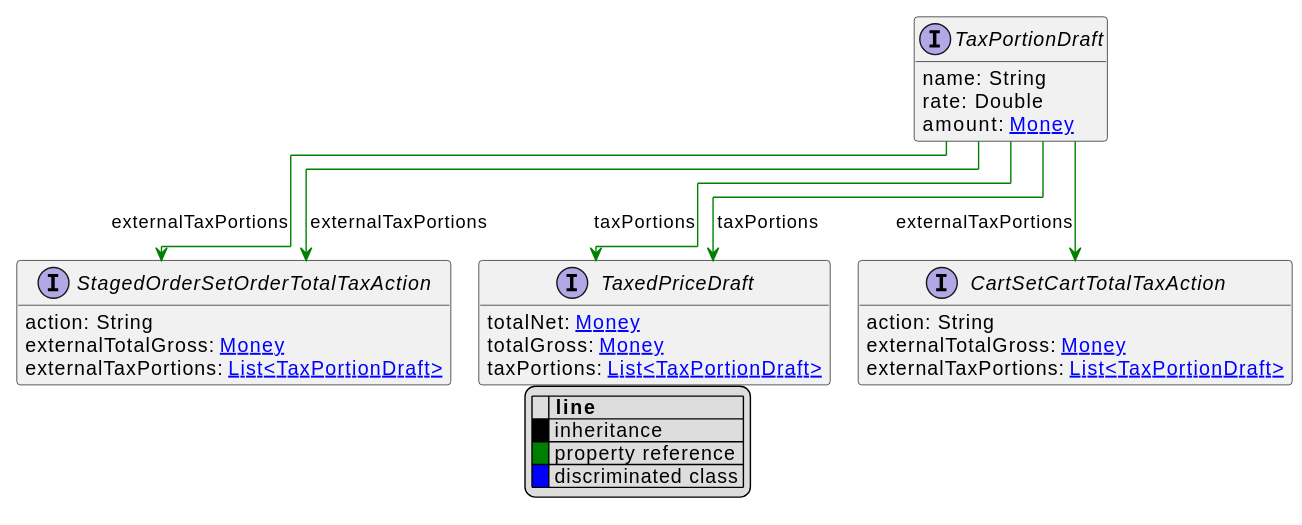
The PlantUML diagram uml/api/svg/TaxPortionDraft.svg in commercetools/commercetools-api-reference, before a commit.
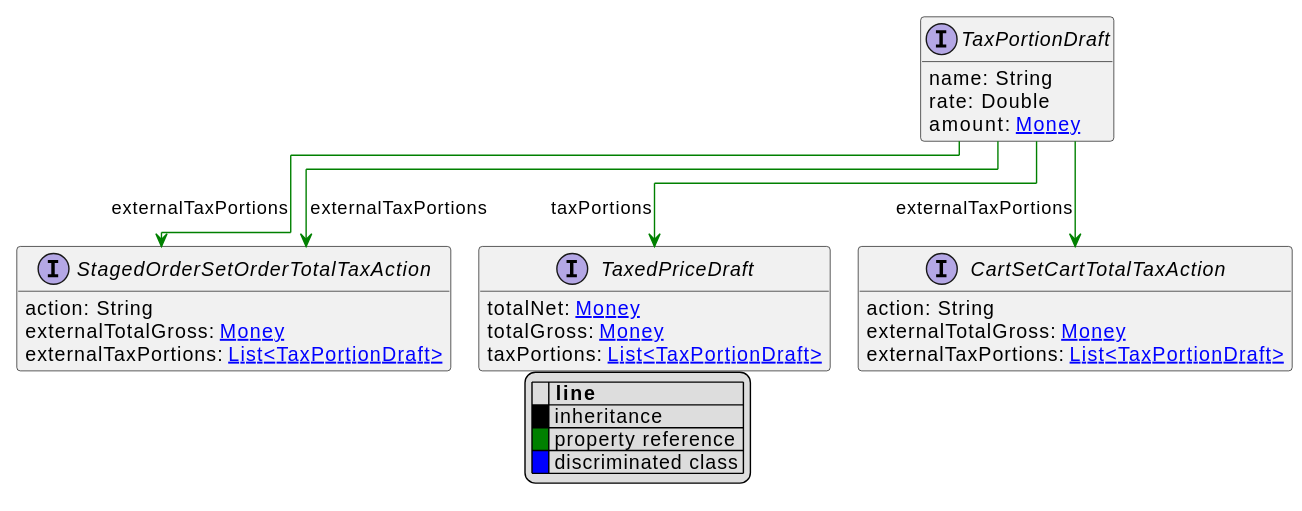
Above is the later version.

The edit, as a diff of the source:
```diff
@@ -33,7 +33,6 @@
 }
 
 TaxPortionDraft --> TaxedPriceDraft #green;text:green : "taxPortions"
-TaxPortionDraft --> TaxedPriceDraft #green;text:green : "taxPortions"
 TaxPortionDraft --> CartSetCartTotalTaxAction #green;text:green : "externalTaxPortions"
 TaxPortionDraft --> StagedOrderSetOrderTotalTaxAction #green;text:green : "externalTaxPortions"
 TaxPortionDraft --> StagedOrderSetOrderTotalTaxAction #green;text:green : "externalTaxPortions"
```
